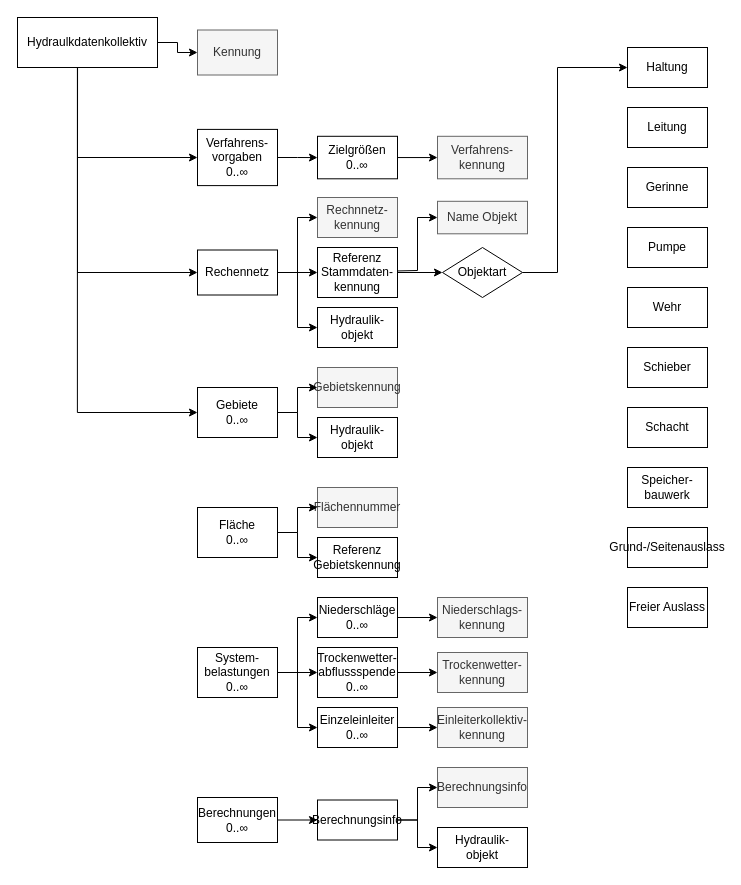
Before: Kopie von grobwasser.drawio in simonwb123/BA-ISYBAU, a draw.io diagram. Source tidied: cells renumbered, new cells numbered last; positions are measured from the earlier drawing's top-left corner, leaving out a move shared by most shapes. Both pictures are drawn from the tidied source at 100%, with x=0, y=0 at pixel (17, 17).
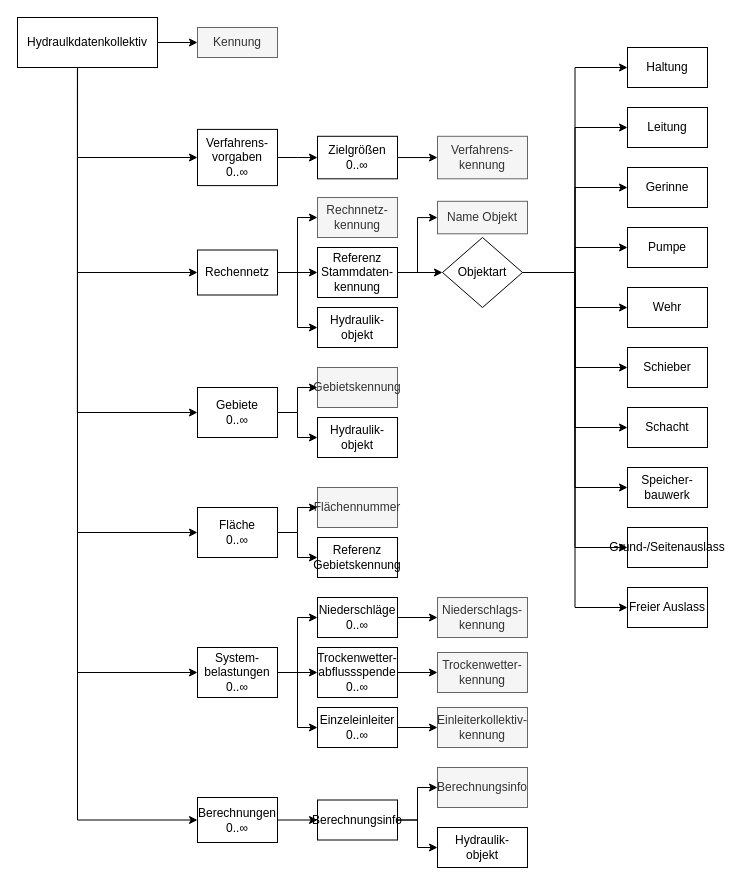
Above is the later version.

The change refers to these unchanged cells:
```xml
<mxCell id="4" value="Hydraulkdatenkollektiv" style="rounded=0;whiteSpace=wrap;html=1;fontFamily=Latin Modern;fontSize=12;" parent="1" vertex="1">
  <mxGeometry width="140" height="50" as="geometry" />
</mxCell>
<mxCell id="16" value="&lt;div&gt;Referenz &lt;br&gt;&lt;/div&gt;&lt;div&gt;Stammdaten-&lt;/div&gt;&lt;div&gt;kennung&lt;/div&gt;" style="rounded=0;whiteSpace=wrap;html=1;fontFamily=Latin Modern;fontSize=12;" parent="1" vertex="1">
  <mxGeometry x="300" y="230" width="80" height="50" as="geometry" />
</mxCell>
<mxCell id="21" value="Haltung" style="rounded=0;whiteSpace=wrap;html=1;fontFamily=Latin Modern;fontSize=12;" parent="1" vertex="1">
  <mxGeometry x="610" y="30" width="80" height="40" as="geometry" />
</mxCell>
<mxCell id="22" value="&lt;div&gt;Leitung&lt;/div&gt;" style="rounded=0;whiteSpace=wrap;html=1;fontFamily=Latin Modern;fontSize=12;" parent="1" vertex="1">
  <mxGeometry x="610" y="90" width="80" height="40" as="geometry" />
</mxCell>
<mxCell id="23" value="&lt;div&gt;Gerinne&lt;/div&gt;" style="rounded=0;whiteSpace=wrap;html=1;fontFamily=Latin Modern;fontSize=12;" parent="1" vertex="1">
  <mxGeometry x="610" y="150" width="80" height="40" as="geometry" />
</mxCell>
<mxCell id="24" value="Pumpe" style="rounded=0;whiteSpace=wrap;html=1;fontFamily=Latin Modern;fontSize=12;" parent="1" vertex="1">
  <mxGeometry x="610" y="210" width="80" height="40" as="geometry" />
</mxCell>
<mxCell id="25" value="Wehr" style="rounded=0;whiteSpace=wrap;html=1;fontFamily=Latin Modern;fontSize=12;" parent="1" vertex="1">
  <mxGeometry x="610" y="270" width="80" height="40" as="geometry" />
</mxCell>
<mxCell id="26" value="Schieber" style="rounded=0;whiteSpace=wrap;html=1;fontFamily=Latin Modern;fontSize=12;" parent="1" vertex="1">
  <mxGeometry x="610" y="330" width="80" height="40" as="geometry" />
</mxCell>
<mxCell id="27" value="Schacht" style="rounded=0;whiteSpace=wrap;html=1;fontFamily=Latin Modern;fontSize=12;" parent="1" vertex="1">
  <mxGeometry x="610" y="390" width="80" height="40" as="geometry" />
</mxCell>
<mxCell id="28" value="Speicher-bauwerk" style="rounded=0;whiteSpace=wrap;html=1;fontFamily=Latin Modern;fontSize=12;" parent="1" vertex="1">
  <mxGeometry x="610" y="450" width="80" height="40" as="geometry" />
</mxCell>
<mxCell id="29" value="Name Objekt" style="rounded=0;whiteSpace=wrap;html=1;fontFamily=Latin Modern;fontSize=12;fillColor=#f5f5f5;fontColor=#333333;strokeColor=#666666;" parent="1" vertex="1">
  <mxGeometry x="420" y="183.8" width="90" height="32.5" as="geometry" />
</mxCell>
<mxCell id="31" value="Grund-/Seitenauslass" style="rounded=0;whiteSpace=wrap;html=1;fontFamily=Latin Modern;fontSize=12;" parent="1" vertex="1">
  <mxGeometry x="610" y="510" width="80" height="40" as="geometry" />
</mxCell>
<mxCell id="32" value="Freier Auslass" style="rounded=0;whiteSpace=wrap;html=1;fontFamily=Latin Modern;fontSize=12;" parent="1" vertex="1">
  <mxGeometry x="610" y="570" width="80" height="40" as="geometry" />
</mxCell>
<mxCell id="37" value="&lt;div&gt;Fläche&lt;/div&gt;&lt;div&gt;&lt;div&gt;0..∞&lt;/div&gt;&lt;/div&gt;" style="rounded=0;whiteSpace=wrap;html=1;fontFamily=Latin Modern;fontSize=12;" parent="1" vertex="1">
  <mxGeometry x="180" y="490" width="80" height="50" as="geometry" />
</mxCell>
<mxCell id="46" value="&lt;div&gt;System-belastungen&lt;/div&gt;&lt;div&gt;&lt;div&gt;&lt;div&gt;0..∞&lt;/div&gt;&lt;/div&gt;&lt;/div&gt;" style="rounded=0;whiteSpace=wrap;html=1;fontFamily=Latin Modern;fontSize=12;" parent="1" vertex="1">
  <mxGeometry x="180" y="630" width="80" height="50" as="geometry" />
</mxCell>
<mxCell id="59" value="&lt;div&gt;Berechnungen&lt;/div&gt;&lt;div&gt;&lt;div&gt;0..∞&lt;/div&gt;&lt;/div&gt;" style="rounded=0;whiteSpace=wrap;html=1;fontFamily=Latin Modern;fontSize=12;" parent="1" vertex="1">
  <mxGeometry x="180" y="780" width="80" height="45" as="geometry" />
</mxCell>
```

What changed in the source:
```diff
@@
+    <mxCell id="65" style="edgeStyle=orthogonalEdgeStyle;rounded=0;jettySize=auto;html=1;entryX=0;entryY=0.5;entryDx=0;entryDy=0;" parent="1" edge="1" source="4" target="37">
+      <mxGeometry relative="1" as="geometry">
+        <Array as="points">
+          <mxPoint x="60" y="515" />
+        </Array>
+      </mxGeometry>
+    </mxCell>
+    <mxCell id="66" style="edgeStyle=orthogonalEdgeStyle;rounded=0;jettySize=auto;html=1;entryX=0;entryY=0.5;entryDx=0;entryDy=0;" parent="1" edge="1" source="4" target="46">
+      <mxGeometry relative="1" as="geometry">
+        <Array as="points">
+          <mxPoint x="60" y="655" />
+        </Array>
+      </mxGeometry>
+    </mxCell>
+    <mxCell id="67" style="edgeStyle=orthogonalEdgeStyle;rounded=0;jettySize=auto;html=1;entryX=0;entryY=0.5;entryDx=0;entryDy=0;" parent="1" edge="1" source="4" target="59">
+      <mxGeometry relative="1" as="geometry">
+        <Array as="points">
+          <mxPoint x="60" y="803" />
+        </Array>
+      </mxGeometry>
+    </mxCell>
@@
     <mxCell id="12" value="&lt;div&gt;Kennung&lt;/div&gt;" style="rounded=0;whiteSpace=wrap;html=1;fontFamily=Latin Modern;fillColor=#f5f5f5;fontColor=#333333;strokeColor=#666666;fontSize=12;" parent="1" vertex="1">
-      <mxGeometry x="180" y="12.5" width="80" height="45" as="geometry" />
+      <mxGeometry x="180" y="10" width="80" height="30" as="geometry" />
     </mxCell>
@@
+    <mxCell id="30" style="edgeStyle=orthogonalEdgeStyle;rounded=0;jettySize=auto;html=1;entryX=0;entryY=0.5;entryDx=0;entryDy=0;" parent="1" edge="1" source="16" target="29">
+      <mxGeometry relative="1" as="geometry" />
+    </mxCell>
@@
+    <mxCell id="68" style="edgeStyle=orthogonalEdgeStyle;rounded=0;jettySize=auto;html=1;entryX=0;entryY=0.5;entryDx=0;entryDy=0;" parent="1" edge="1" source="20" target="22">
+      <mxGeometry relative="1" as="geometry" />
+    </mxCell>
+    <mxCell id="69" style="edgeStyle=orthogonalEdgeStyle;rounded=0;jettySize=auto;html=1;entryX=0;entryY=0.5;entryDx=0;entryDy=0;" parent="1" edge="1" source="20" target="23">
+      <mxGeometry relative="1" as="geometry" />
+    </mxCell>
+    <mxCell id="70" style="edgeStyle=orthogonalEdgeStyle;rounded=0;jettySize=auto;html=1;entryX=0;entryY=0.5;entryDx=0;entryDy=0;" parent="1" edge="1" source="20" target="24">
+      <mxGeometry relative="1" as="geometry" />
+    </mxCell>
-    <mxCell id="19" style="edgeStyle=orthogonalEdgeStyle;rounded=0;jettySize=auto;html=1;fontSize=12;" parent="1" edge="1" source="20" target="21">
-      <mxGeometry relative="1" as="geometry">
-        <Array as="points">
-          <mxPoint x="540" y="255" />
-          <mxPoint x="540" y="50" />
-        </Array>
-      </mxGeometry>
+    <mxCell id="19" style="edgeStyle=orthogonalEdgeStyle;rounded=0;jettySize=auto;html=1;entryX=0;entryY=0.5;entryDx=0;entryDy=0;" parent="1" edge="1" source="20" target="21">
+      <mxGeometry relative="1" as="geometry" />
     </mxCell>
+    <mxCell id="71" style="edgeStyle=orthogonalEdgeStyle;rounded=0;jettySize=auto;html=1;" parent="1" edge="1" source="20" target="25">
+      <mxGeometry relative="1" as="geometry" />
+    </mxCell>
+    <mxCell id="72" style="edgeStyle=orthogonalEdgeStyle;rounded=0;jettySize=auto;html=1;entryX=0;entryY=0.5;entryDx=0;entryDy=0;" parent="1" edge="1" source="20" target="26">
+      <mxGeometry relative="1" as="geometry" />
+    </mxCell>
+    <mxCell id="73" style="edgeStyle=orthogonalEdgeStyle;rounded=0;jettySize=auto;html=1;entryX=0;entryY=0.5;entryDx=0;entryDy=0;" parent="1" edge="1" source="20" target="27">
+      <mxGeometry relative="1" as="geometry" />
+    </mxCell>
+    <mxCell id="74" style="edgeStyle=orthogonalEdgeStyle;rounded=0;jettySize=auto;html=1;entryX=0;entryY=0.5;entryDx=0;entryDy=0;" parent="1" edge="1" source="20" target="28">
+      <mxGeometry relative="1" as="geometry" />
+    </mxCell>
+    <mxCell id="75" style="edgeStyle=orthogonalEdgeStyle;rounded=0;jettySize=auto;html=1;entryX=0;entryY=0.5;entryDx=0;entryDy=0;" parent="1" edge="1" source="20" target="31">
+      <mxGeometry relative="1" as="geometry" />
+    </mxCell>
+    <mxCell id="76" style="edgeStyle=orthogonalEdgeStyle;rounded=0;jettySize=auto;html=1;entryX=0;entryY=0.5;entryDx=0;entryDy=0;" parent="1" edge="1" source="20" target="32">
+      <mxGeometry relative="1" as="geometry" />
+    </mxCell>
     <mxCell id="20" value="Objektart" style="shape=rhombus;html=1;dashed=0;whiteSpace=wrap;perimeter=rhombusPerimeter;fontFamily=Latin Modern;fontSize=12;" parent="1" vertex="1">
-      <mxGeometry x="425" y="230" width="80" height="50" as="geometry" />
+      <mxGeometry x="425" y="220" width="80" height="70" as="geometry" />
     </mxCell>
@@
-    <mxCell id="30" style="endArrow=classic;html=1;rounded=0;exitX=1.004;exitY=0.469;exitDx=0;exitDy=0;exitPerimeter=0;fontSize=12;" parent="1" edge="1" source="16" target="29">
-      <mxGeometry relative="1" as="geometry">
-        <Array as="points">
-          <mxPoint x="400" y="253" />
-          <mxPoint x="400" y="200" />
-        </Array>
-      </mxGeometry>
-    </mxCell>
```
